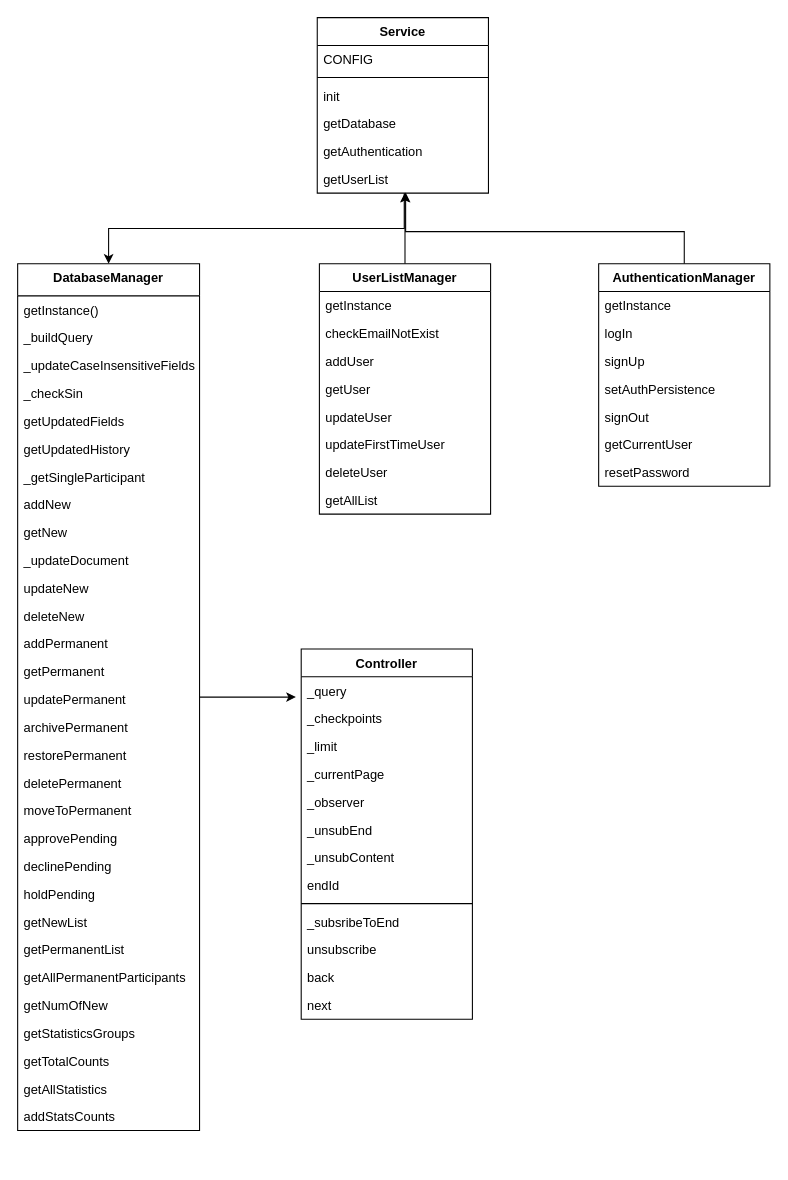
Before: page "Services" (2 of 8) of docs/Diagrams/PYCS Database App Diagram.drawio in PathfinderYouth/pycs_database_app, a draw.io diagram. Source tidied: cells renumbered, new cells numbered last; positions are measured from the earlier drawing's top-left corner, leaving out a move shared by most shapes. Both pictures are drawn from the tidied source at 107%, with x=0, y=0 at pixel (17, 17).
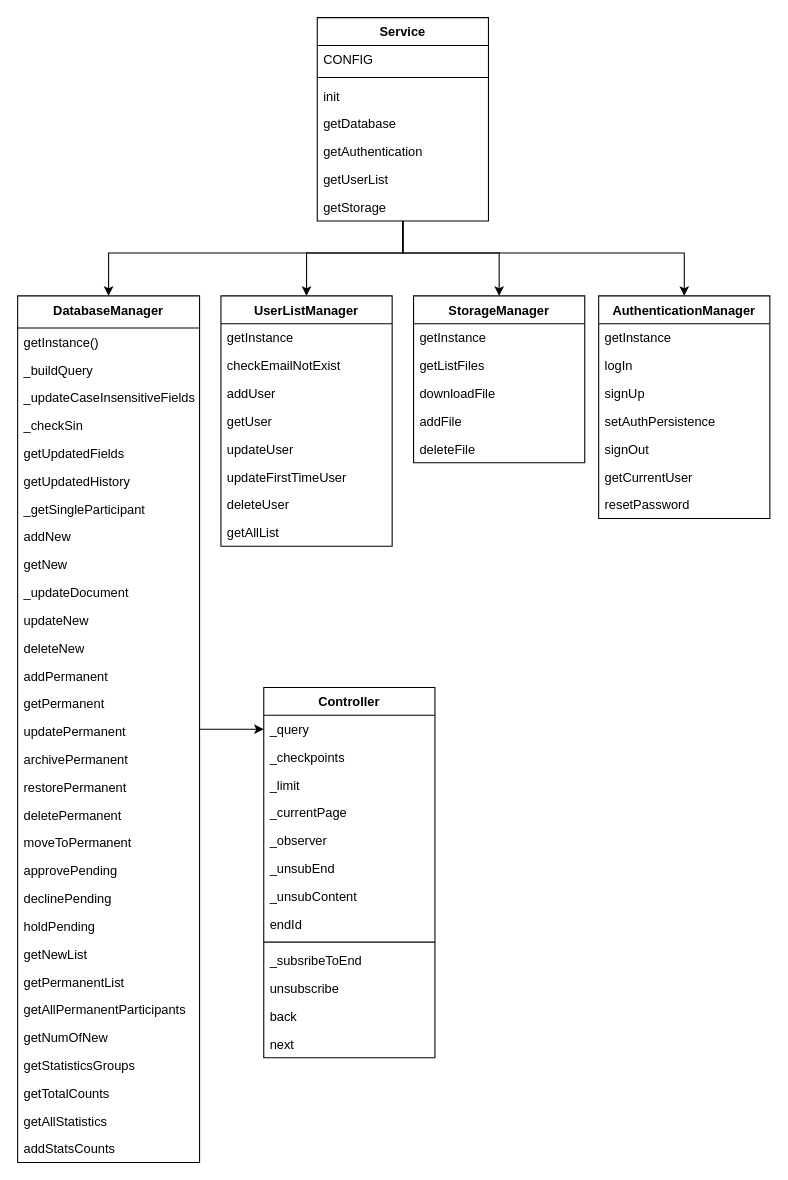
The same diagram, later.

The change refers to these unchanged cells:
```xml
<mxCell id="8" value="getUserList" style="text;strokeColor=none;fillColor=none;align=left;verticalAlign=top;spacingLeft=4;spacingRight=4;overflow=hidden;points=[[0,0.5],[1,0.5]];portConstraint=eastwest;" parent="2" vertex="1">
  <mxGeometry y="138" width="160" height="26" as="geometry" />
</mxCell>
<mxCell id="43" value="_query" style="text;strokeColor=none;fillColor=none;align=left;verticalAlign=top;spacingLeft=4;spacingRight=4;overflow=hidden;points=[[0,0.5],[1,0.5]];portConstraint=eastwest;" parent="42" vertex="1">
  <mxGeometry y="26" width="160" height="26" as="geometry" />
</mxCell>
```

What changed in the source:
```diff
@@
+    <mxCell id="75" style="edgeStyle=orthogonalEdgeStyle;rounded=0;jettySize=auto;html=1;entryX=0.5;entryY=0;entryDx=0;entryDy=0;" parent="1" edge="1" source="2" target="57">
+      <mxGeometry relative="1" as="geometry">
+        <Array as="points">
+          <mxPoint x="360" y="220" />
+          <mxPoint x="270" y="220" />
+        </Array>
+      </mxGeometry>
+    </mxCell>
+    <mxCell id="76" style="edgeStyle=orthogonalEdgeStyle;rounded=0;jettySize=auto;html=1;entryX=0.5;entryY=0;entryDx=0;entryDy=0;" parent="1" edge="1" source="2" target="67">
+      <mxGeometry relative="1" as="geometry">
+        <Array as="points">
+          <mxPoint x="360" y="220" />
+          <mxPoint x="623" y="220" />
+        </Array>
+      </mxGeometry>
+    </mxCell>
+    <mxCell id="77" style="edgeStyle=orthogonalEdgeStyle;rounded=0;jettySize=auto;html=1;entryX=0.5;entryY=0;entryDx=0;entryDy=0;" parent="1" edge="1" source="2" target="11">
+      <mxGeometry relative="1" as="geometry">
+        <Array as="points">
+          <mxPoint x="360" y="220" />
+          <mxPoint x="85" y="220" />
+        </Array>
+      </mxGeometry>
+    </mxCell>
+    <mxCell id="78" style="edgeStyle=orthogonalEdgeStyle;rounded=0;jettySize=auto;html=1;entryX=0.5;entryY=0;entryDx=0;entryDy=0;" parent="1" edge="1" source="2" target="80">
+      <mxGeometry relative="1" as="geometry">
+        <Array as="points">
+          <mxPoint x="360" y="220" />
+          <mxPoint x="450" y="220" />
+        </Array>
+      </mxGeometry>
+    </mxCell>
     <mxCell id="2" value="Service" style="swimlane;fontStyle=1;align=center;verticalAlign=top;horizontal=1;startSize=26;" parent="1" vertex="1">
-      <mxGeometry x="280" width="160" height="164" as="geometry" />
+      <mxGeometry x="280" width="160" height="190" as="geometry" />
     </mxCell>
@@
-    <mxCell id="9" style="edgeStyle=orthogonalEdgeStyle;rounded=0;jettySize=auto;html=1;exitX=0.5;exitY=0;exitDx=0;exitDy=0;entryX=0.508;entryY=1.013;entryDx=0;entryDy=0;entryPerimeter=0;startArrow=classic;startFill=1;endArrow=none;endFill=0;" parent="1" edge="1" source="11" target="8">
-      <mxGeometry relative="1" as="geometry">
-        <Array as="points">
-          <mxPoint x="85" y="197" />
-          <mxPoint x="361" y="197" />
-        </Array>
-      </mxGeometry>
-    </mxCell>
+    <mxCell id="79" value="getStorage" style="text;strokeColor=none;fillColor=none;align=left;verticalAlign=top;spacingLeft=4;spacingRight=4;overflow=hidden;" parent="2" vertex="1">
+      <mxGeometry y="164" width="160" height="26" as="geometry" />
+    </mxCell>
-    <mxCell id="10" style="edgeStyle=orthogonalEdgeStyle;rounded=0;jettySize=auto;html=1;startArrow=none;startFill=0;endArrow=classic;endFill=1;" parent="1" edge="1" source="11">
-      <mxGeometry relative="1" as="geometry">
-        <mxPoint x="260" y="635" as="targetPoint" />
-      </mxGeometry>
+    <mxCell id="10" style="edgeStyle=orthogonalEdgeStyle;rounded=0;jettySize=auto;html=1;startArrow=none;startFill=0;endArrow=classic;endFill=1;entryX=0;entryY=0.5;entryDx=0;entryDy=0;" parent="1" edge="1" source="11" target="43">
+      <mxGeometry relative="1" as="geometry" />
     </mxCell>
     <mxCell id="11" value="DatabaseManager" style="swimlane;fontStyle=1;align=center;verticalAlign=top;horizontal=1;startSize=30;" parent="1" vertex="1">
-      <mxGeometry y="230" width="170" height="810" as="geometry" />
+      <mxGeometry y="260" width="170" height="810" as="geometry" />
     </mxCell>
@@
     <mxCell id="42" value="Controller" style="swimlane;fontStyle=1;align=center;verticalAlign=top;horizontal=1;startSize=26;" parent="1" vertex="1">
-      <mxGeometry x="265" y="590" width="160" height="346" as="geometry" />
+      <mxGeometry x="230" y="626" width="160" height="346" as="geometry" />
     </mxCell>
@@
-    <mxCell id="56" style="edgeStyle=orthogonalEdgeStyle;rounded=0;jettySize=auto;html=1;entryX=0.512;entryY=0.985;entryDx=0;entryDy=0;entryPerimeter=0;startArrow=none;startFill=0;endArrow=classic;endFill=1;" parent="1" edge="1" source="57" target="8">
-      <mxGeometry relative="1" as="geometry" />
-    </mxCell>
     <mxCell id="57" value="UserListManager" style="swimlane;fontStyle=1;align=center;verticalAlign=top;horizontal=1;startSize=26;" parent="1" vertex="1">
-      <mxGeometry x="282" y="230" width="160" height="234" as="geometry" />
+      <mxGeometry x="190" y="260" width="160" height="234" as="geometry" />
     </mxCell>
@@
-    <mxCell id="66" style="edgeStyle=orthogonalEdgeStyle;rounded=0;jettySize=auto;html=1;entryX=0.516;entryY=0.977;entryDx=0;entryDy=0;entryPerimeter=0;startArrow=none;startFill=0;endArrow=classic;endFill=1;exitX=0.5;exitY=0;exitDx=0;exitDy=0;" parent="1" edge="1" source="67">
-      <mxGeometry relative="1" as="geometry">
-        <mxPoint x="362.6" y="163.4" as="targetPoint" />
-        <Array as="points">
-          <mxPoint x="623" y="200" />
-          <mxPoint x="363" y="200" />
-        </Array>
-      </mxGeometry>
-    </mxCell>
     <mxCell id="67" value="AuthenticationManager" style="swimlane;fontStyle=1;align=center;verticalAlign=top;horizontal=1;startSize=26;" parent="1" vertex="1">
-      <mxGeometry x="543" y="230" width="160" height="208" as="geometry" />
+      <mxGeometry x="543" y="260" width="160" height="208" as="geometry" />
     </mxCell>
@@
+    <mxCell id="80" value="StorageManager" style="swimlane;fontStyle=1;align=center;verticalAlign=top;horizontal=1;startSize=26;" parent="1" vertex="1">
+      <mxGeometry x="370" y="260" width="160" height="156" as="geometry" />
+    </mxCell>
+    <mxCell id="81" value="getInstance" style="text;strokeColor=none;fillColor=none;align=left;verticalAlign=top;spacingLeft=4;spacingRight=4;overflow=hidden;" parent="80" vertex="1">
+      <mxGeometry y="26" width="160" height="26" as="geometry" />
+    </mxCell>
+    <mxCell id="82" value="getListFiles" style="text;strokeColor=none;fillColor=none;align=left;verticalAlign=top;spacingLeft=4;spacingRight=4;overflow=hidden;" parent="80" vertex="1">
+      <mxGeometry y="52" width="160" height="26" as="geometry" />
+    </mxCell>
+    <mxCell id="83" value="downloadFile" style="text;strokeColor=none;fillColor=none;align=left;verticalAlign=top;spacingLeft=4;spacingRight=4;overflow=hidden;" parent="80" vertex="1">
+      <mxGeometry y="78" width="160" height="26" as="geometry" />
+    </mxCell>
+    <mxCell id="84" value="addFile" style="text;strokeColor=none;fillColor=none;align=left;verticalAlign=top;spacingLeft=4;spacingRight=4;overflow=hidden;" parent="80" vertex="1">
+      <mxGeometry y="104" width="160" height="26" as="geometry" />
+    </mxCell>
+    <mxCell id="85" value="deleteFile" style="text;strokeColor=none;fillColor=none;align=left;verticalAlign=top;spacingLeft=4;spacingRight=4;overflow=hidden;" parent="80" vertex="1">
+      <mxGeometry y="130" width="160" height="26" as="geometry" />
+    </mxCell>
```
